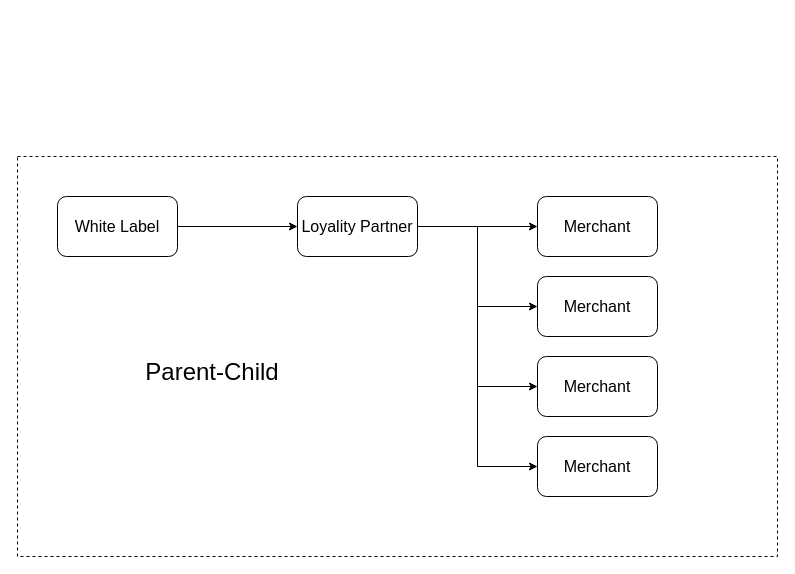
Before: page "Application Tree" (1 of 6) of payelio/Payelio - Flow Diagram.drawio in gulbitz/diagrams.net, a draw.io diagram. Source tidied: cells renumbered, new cells numbered last; positions are measured from the earlier drawing's top-left corner, leaving out a move shared by most shapes. Both pictures are drawn from the tidied source at 100%, with x=0, y=0 at pixel (17, 156).
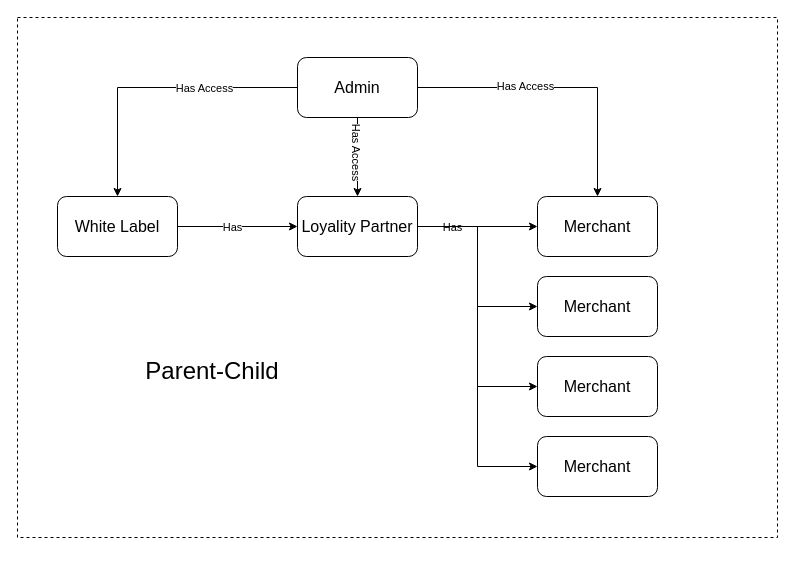
After the change.

The change refers to these unchanged cells:
```xml
<mxCell id="2" style="edgeStyle=orthogonalEdgeStyle;rounded=0;jettySize=auto;html=1;exitX=1;exitY=0.5;exitDx=0;exitDy=0;entryX=0;entryY=0.5;entryDx=0;entryDy=0;" parent="1" edge="1" source="3" target="8">
  <mxGeometry relative="1" as="geometry" />
</mxCell>
<mxCell id="3" value="&lt;font style=&quot;font-size: 16px;&quot;&gt;White Label&lt;/font&gt;" style="rounded=1;whiteSpace=wrap;html=1;" parent="1" vertex="1">
  <mxGeometry x="40" y="40" width="120" height="60" as="geometry" />
</mxCell>
<mxCell id="4" style="edgeStyle=orthogonalEdgeStyle;rounded=0;jettySize=auto;html=1;exitX=1;exitY=0.5;exitDx=0;exitDy=0;entryX=0;entryY=0.5;entryDx=0;entryDy=0;" parent="1" edge="1" source="8" target="9">
  <mxGeometry relative="1" as="geometry" />
</mxCell>
<mxCell id="8" value="&lt;font style=&quot;font-size: 16px;&quot;&gt;Loyality Partner&lt;/font&gt;" style="rounded=1;whiteSpace=wrap;html=1;" parent="1" vertex="1">
  <mxGeometry x="280" y="40" width="120" height="60" as="geometry" />
</mxCell>
<mxCell id="9" value="&lt;font style=&quot;font-size: 16px;&quot;&gt;Merchant&lt;/font&gt;" style="rounded=1;whiteSpace=wrap;html=1;" parent="1" vertex="1">
  <mxGeometry x="520" y="40" width="120" height="60" as="geometry" />
</mxCell>
```

Diff of the diagram source:
```diff
@@
+    <mxCell id="13" style="rounded=0;whiteSpace=wrap;html=1;fillColor=none;dashed=1;" parent="1" vertex="1">
+      <mxGeometry y="-139" width="760" height="520" as="geometry" />
+    </mxCell>
@@
+    <mxCell id="15" value="Has" style="edgeLabel;html=1;align=center;verticalAlign=middle;" parent="2" vertex="1">
+      <mxGeometry x="-0.17" relative="1" as="geometry">
+        <mxPoint x="4" as="offset" />
+      </mxGeometry>
+    </mxCell>
@@
+    <mxCell id="16" value="Has" style="edgeLabel;html=1;align=center;verticalAlign=middle;" parent="4" vertex="1">
+      <mxGeometry x="0.27" relative="1" as="geometry">
+        <mxPoint x="-42" as="offset" />
+      </mxGeometry>
+    </mxCell>
@@
-    <mxCell id="13" style="rounded=0;whiteSpace=wrap;html=1;fillColor=none;dashed=1;" parent="1" vertex="1">
-      <mxGeometry width="760" height="400" as="geometry" />
-    </mxCell>
     <mxCell id="14" value="&lt;span style=&quot;font-size: 24px;&quot;&gt;Parent-Child&lt;/span&gt;" style="text;html=1;strokeColor=none;fillColor=none;align=center;verticalAlign=middle;whiteSpace=wrap;rounded=0;" parent="1" vertex="1">
-      <mxGeometry x="120" y="201" width="150" height="30" as="geometry" />
+      <mxGeometry x="120" y="200" width="150" height="30" as="geometry" />
     </mxCell>
+    <mxCell id="17" style="edgeStyle=orthogonalEdgeStyle;rounded=0;jettySize=auto;html=1;exitX=0;exitY=0.5;exitDx=0;exitDy=0;entryX=0.5;entryY=0;entryDx=0;entryDy=0;" parent="1" edge="1" source="23" target="3">
+      <mxGeometry relative="1" as="geometry" />
+    </mxCell>
+    <mxCell id="18" value="Has Access" style="edgeLabel;html=1;align=center;verticalAlign=middle;" parent="17" vertex="1">
+      <mxGeometry x="-0.48" relative="1" as="geometry">
+        <mxPoint x="-19" as="offset" />
+      </mxGeometry>
+    </mxCell>
+    <mxCell id="19" style="edgeStyle=orthogonalEdgeStyle;rounded=0;jettySize=auto;html=1;exitX=0.5;exitY=1;exitDx=0;exitDy=0;entryX=0.5;entryY=0;entryDx=0;entryDy=0;" parent="1" edge="1" source="23" target="8">
+      <mxGeometry relative="1" as="geometry" />
+    </mxCell>
+    <mxCell id="20" value="Has Access" style="edgeLabel;html=1;align=center;verticalAlign=middle;rotation=90;" parent="19" vertex="1">
+      <mxGeometry x="0.24" relative="1" as="geometry">
+        <mxPoint y="-15" as="offset" />
+      </mxGeometry>
+    </mxCell>
+    <mxCell id="21" style="edgeStyle=orthogonalEdgeStyle;rounded=0;jettySize=auto;html=1;exitX=1;exitY=0.5;exitDx=0;exitDy=0;" parent="1" edge="1" source="23" target="9">
+      <mxGeometry relative="1" as="geometry" />
+    </mxCell>
+    <mxCell id="22" value="Has Access" style="edgeLabel;html=1;align=center;verticalAlign=middle;" parent="21" vertex="1">
+      <mxGeometry x="-0.26" y="2" relative="1" as="geometry" />
+    </mxCell>
+    <mxCell id="23" value="&lt;font style=&quot;font-size: 16px;&quot;&gt;Admin&lt;/font&gt;" style="rounded=1;whiteSpace=wrap;html=1;" parent="1" vertex="1">
+      <mxGeometry x="280" y="-99" width="120" height="60" as="geometry" />
+    </mxCell>
```
